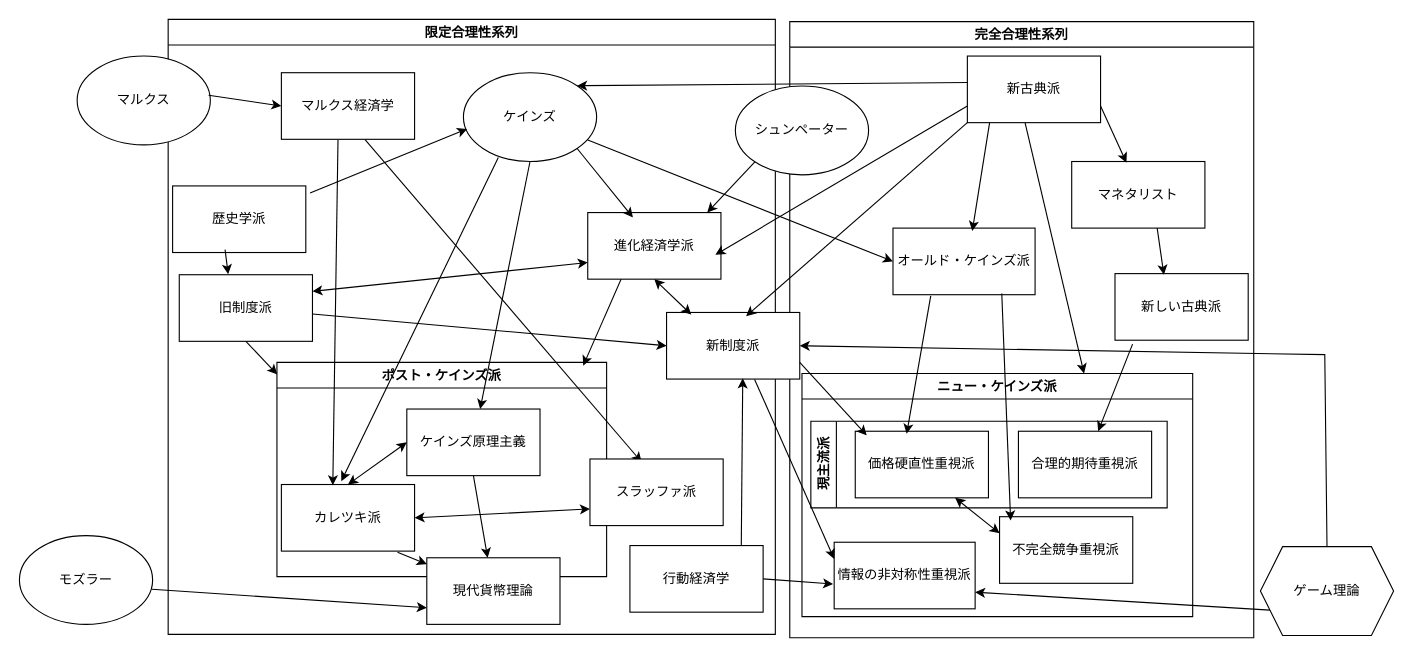
This is 名称未設定ファイル.drawio from rokaboNatttsu/diagrams, a draw.io file, before an edit. Source tidied: cells renumbered, new cells numbered last; positions are measured from the earlier drawing's top-left corner, leaving out a move shared by most shapes. Both pictures are drawn from the tidied source at 111%, with x=0, y=0 at pixel (19, 19).
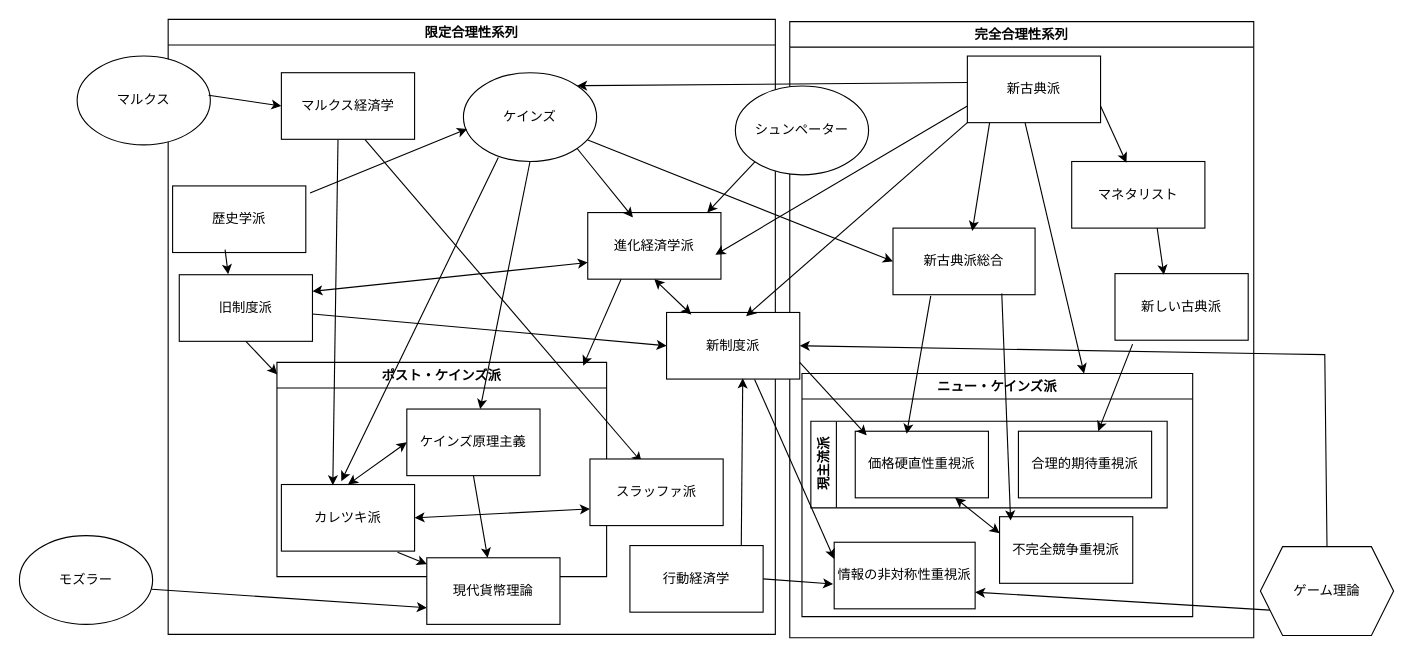
The same diagram, later.

Commit message:
名称未設定ファイル.drawio を更新します

Unchanged cells that the change refers to:
```xml
<mxCell id="17" value="完全合理性系列" style="swimlane;whiteSpace=wrap;html=1;" parent="1" vertex="1">
  <mxGeometry x="694" y="2" width="418" height="555" as="geometry" />
</mxCell>
```

The edit, as a diff of the source:
```diff
@@
-    <mxCell id="27" value="オールド・ケインズ派" style="rounded=0;whiteSpace=wrap;html=1;" parent="17" vertex="1">
+    <mxCell id="27" value="新古典派総合" style="rounded=0;whiteSpace=wrap;html=1;" parent="17" vertex="1">
       <mxGeometry x="93" y="186" width="128" height="60" as="geometry" />
     </mxCell>
```
